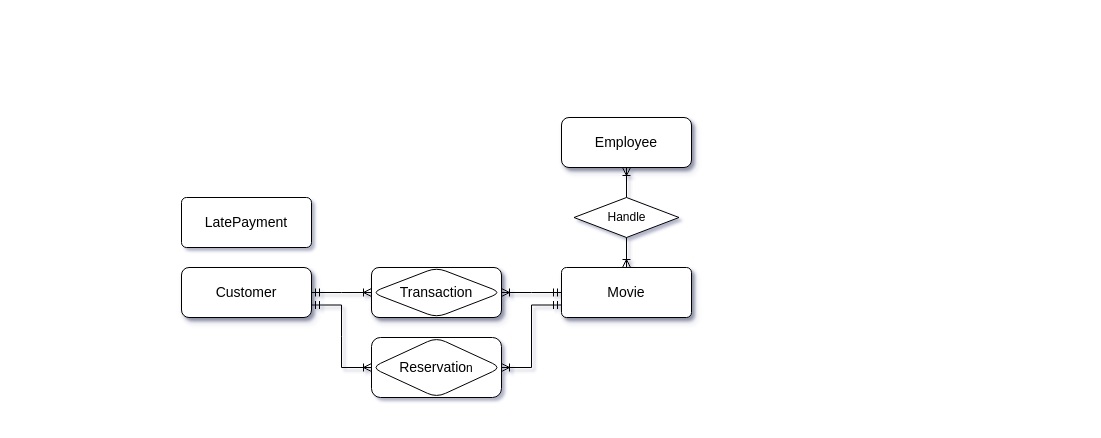
The draw.io diagram errs.drawio in nard-lee/doodle, before the edit. Source tidied: cells renumbered, new cells numbered last; positions are measured from the earlier drawing's top-left corner, leaving out a move shared by most shapes. Both pictures are drawn from the tidied source at 100%, with x=0, y=0 at pixel (181, 117).
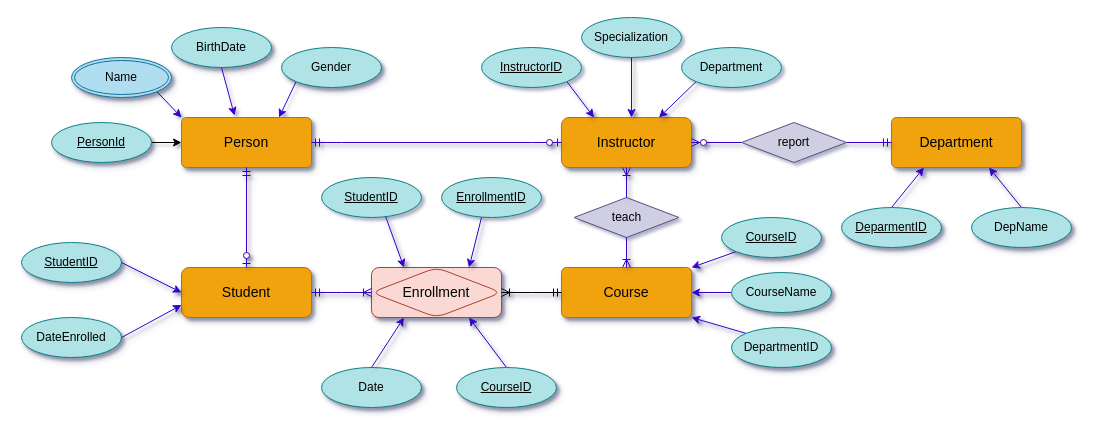
The same page after the edit.

Change to the diagram source:
```diff
@@
-    <mxCell id="2" value="&lt;font style=&quot;font-size: 14px;&quot;&gt;Transaction&lt;/font&gt;" style="shape=associativeEntity;whiteSpace=wrap;html=1;align=center;fillStyle=auto;shadow=1;rounded=1;gradientColor=none;strokeColor=default;" parent="1" vertex="1">
+    <mxCell id="2" value="&lt;font style=&quot;font-size: 14px;&quot;&gt;Enrollment&lt;/font&gt;" style="shape=associativeEntity;whiteSpace=wrap;html=1;align=center;fillStyle=auto;shadow=1;rounded=1;strokeColor=#ae4132;fillColor=#fad9d5;" parent="1" vertex="1">
       <mxGeometry x="190" y="150" width="130" height="50" as="geometry" />
     </mxCell>
-    <mxCell id="3" value="&lt;font style=&quot;font-size: 14px;&quot;&gt;Customer&lt;/font&gt;" style="whiteSpace=wrap;html=1;align=center;shadow=1;rounded=1;gradientColor=none;strokeColor=default;" parent="1" vertex="1">
+    <mxCell id="3" value="&lt;font style=&quot;font-size: 14px;&quot;&gt;Student&lt;/font&gt;" style="whiteSpace=wrap;html=1;align=center;shadow=1;rounded=1;strokeColor=#BD7000;fillColor=#f0a30a;fontColor=#000000;" parent="1" vertex="1">
       <mxGeometry y="150" width="130" height="50" as="geometry" />
     </mxCell>
-    <mxCell id="4" value="&lt;font style=&quot;font-size: 14px;&quot;&gt;Employee&lt;/font&gt;" style="whiteSpace=wrap;html=1;align=center;shadow=1;rounded=1;gradientColor=none;strokeColor=default;" parent="1" vertex="1">
+    <mxCell id="4" value="&lt;font style=&quot;font-size: 14px;&quot;&gt;Instructor&lt;/font&gt;" style="whiteSpace=wrap;html=1;align=center;shadow=1;rounded=1;strokeColor=#BD7000;fillColor=#f0a30a;fontColor=#000000;" parent="1" vertex="1">
       <mxGeometry x="380" width="130" height="50" as="geometry" />
     </mxCell>
-    <mxCell id="5" value="&lt;font style=&quot;font-size: 14px;&quot;&gt;Movie&lt;/font&gt;" style="rounded=1;arcSize=10;whiteSpace=wrap;html=1;align=center;shadow=1;gradientColor=none;strokeColor=default;" parent="1" vertex="1">
+    <mxCell id="5" value="&lt;font style=&quot;font-size: 14px;&quot;&gt;Course&lt;/font&gt;" style="rounded=1;arcSize=10;whiteSpace=wrap;html=1;align=center;shadow=1;strokeColor=#BD7000;fillColor=#f0a30a;fontColor=#000000;" parent="1" vertex="1">
       <mxGeometry x="380" y="150" width="130" height="50" as="geometry" />
     </mxCell>
-    <mxCell id="6" style="edgeStyle=entityRelationEdgeStyle;fontSize=12;html=1;endArrow=ERoneToMany;startArrow=ERmandOne;rounded=0;sourcePerimeterSpacing=-5;entryX=1;entryY=0.5;entryDx=0;entryDy=0;exitX=0;exitY=0.5;exitDx=0;exitDy=0;" parent="1" edge="1" source="5" target="2">
+    <mxCell id="6" style="edgeStyle=entityRelationEdgeStyle;fontSize=12;html=1;endArrow=ERoneToMany;startArrow=ERmandOne;rounded=0;sourcePerimeterSpacing=-5;entryX=1;entryY=0.5;entryDx=0;entryDy=0;exitX=0;exitY=0.5;exitDx=0;exitDy=0;shadow=1;" parent="1" edge="1" source="5" target="2">
       <mxGeometry relative="1" as="geometry" />
     </mxCell>
-    <mxCell id="7" style="edgeStyle=entityRelationEdgeStyle;fontSize=12;html=1;endArrow=ERoneToMany;startArrow=ERmandOne;rounded=0;sourcePerimeterSpacing=-5;entryX=0;entryY=0.5;entryDx=0;entryDy=0;exitX=1;exitY=0.5;exitDx=0;exitDy=0;" parent="1" edge="1" source="3" target="2">
+    <mxCell id="7" style="edgeStyle=entityRelationEdgeStyle;fontSize=12;html=1;endArrow=ERoneToMany;startArrow=ERmandOne;rounded=0;sourcePerimeterSpacing=-5;entryX=0;entryY=0.5;entryDx=0;entryDy=0;exitX=1;exitY=0.5;exitDx=0;exitDy=0;shadow=1;fillColor=#6a00ff;strokeColor=#3700CC;" parent="1" edge="1" source="3" target="2">
       <mxGeometry relative="1" as="geometry" />
     </mxCell>
-    <mxCell id="8" value="Handle" style="shape=rhombus;perimeter=rhombusPerimeter;whiteSpace=wrap;html=1;align=center;" parent="1" vertex="1">
+    <mxCell id="8" value="teach" style="shape=rhombus;perimeter=rhombusPerimeter;whiteSpace=wrap;html=1;align=center;fillColor=#d0cee2;strokeColor=#56517e;" parent="1" vertex="1">
       <mxGeometry x="392.5" y="80" width="105" height="40" as="geometry" />
     </mxCell>
-    <mxCell id="9" style="fontSize=12;html=1;endArrow=ERoneToMany;rounded=0;exitX=0.5;exitY=0;exitDx=0;exitDy=0;entryX=0.5;entryY=1;entryDx=0;entryDy=0;" parent="1" edge="1" source="8" target="4">
+    <mxCell id="9" style="fontSize=12;html=1;endArrow=ERoneToMany;rounded=0;exitX=0.5;exitY=0;exitDx=0;exitDy=0;entryX=0.5;entryY=1;entryDx=0;entryDy=0;shadow=1;fillColor=#6a00ff;strokeColor=#3700CC;" parent="1" edge="1" source="8" target="4">
       <mxGeometry relative="1" as="geometry" />
     </mxCell>
-    <mxCell id="10" style="fontSize=12;html=1;endArrow=ERoneToMany;rounded=0;exitX=0.5;exitY=1;exitDx=0;exitDy=0;entryX=0.5;entryY=0;entryDx=0;entryDy=0;" parent="1" edge="1" source="8" target="5">
+    <mxCell id="10" style="fontSize=12;html=1;endArrow=ERoneToMany;rounded=0;exitX=0.5;exitY=1;exitDx=0;exitDy=0;entryX=0.5;entryY=0;entryDx=0;entryDy=0;shadow=1;fillColor=#6a00ff;strokeColor=#3700CC;" parent="1" edge="1" source="8" target="5">
       <mxGeometry relative="1" as="geometry" />
     </mxCell>
-    <mxCell id="11" value="&lt;font style=&quot;font-size: 14px;&quot;&gt;Reservatio&lt;/font&gt;n" style="shape=associativeEntity;whiteSpace=wrap;html=1;align=center;rounded=1;" parent="1" vertex="1">
-      <mxGeometry x="190" y="220" width="130" height="60" as="geometry" />
-    </mxCell>
-    <mxCell id="12" style="edgeStyle=entityRelationEdgeStyle;fontSize=12;html=1;endArrow=ERoneToMany;startArrow=ERmandOne;rounded=0;sourcePerimeterSpacing=-5;entryX=0;entryY=0.5;entryDx=0;entryDy=0;exitX=1;exitY=0.75;exitDx=0;exitDy=0;" parent="1" edge="1" source="3" target="11">
-      <mxGeometry relative="1" as="geometry">
-        <Array as="points">
-          <mxPoint x="115" y="332" />
-        </Array>
-      </mxGeometry>
-    </mxCell>
-    <mxCell id="13" style="edgeStyle=entityRelationEdgeStyle;fontSize=12;html=1;endArrow=ERoneToMany;startArrow=ERmandOne;rounded=0;sourcePerimeterSpacing=-5;entryX=1;entryY=0.5;entryDx=0;entryDy=0;exitX=0;exitY=0.75;exitDx=0;exitDy=0;" parent="1" edge="1" source="5" target="11">
-      <mxGeometry relative="1" as="geometry">
-        <Array as="points">
-          <mxPoint x="315" y="354" />
-        </Array>
-      </mxGeometry>
-    </mxCell>
-    <mxCell id="14" value="&lt;font style=&quot;font-size: 14px;&quot;&gt;LatePayment&lt;/font&gt;" style="rounded=1;arcSize=10;whiteSpace=wrap;html=1;align=center;" parent="1" vertex="1">
-      <mxGeometry y="80" width="130" height="50" as="geometry" />
+    <mxCell id="14" value="&lt;font style=&quot;font-size: 14px;&quot;&gt;Person&lt;/font&gt;" style="rounded=1;arcSize=10;whiteSpace=wrap;html=1;align=center;shadow=1;fillColor=#f0a30a;strokeColor=#BD7000;fontColor=#000000;" parent="1" vertex="1">
+      <mxGeometry width="130" height="50" as="geometry" />
     </mxCell>
+    <mxCell id="15" value="&lt;font style=&quot;font-size: 14px;&quot;&gt;Department&lt;/font&gt;" style="rounded=1;arcSize=10;whiteSpace=wrap;html=1;align=center;shadow=1;fillColor=#f0a30a;fontColor=#000000;strokeColor=#BD7000;" parent="1" vertex="1">
+      <mxGeometry x="710" width="130" height="50" as="geometry" />
+    </mxCell>
+    <mxCell id="16" value="report" style="shape=rhombus;perimeter=rhombusPerimeter;whiteSpace=wrap;html=1;align=center;fillColor=#d0cee2;strokeColor=#56517e;" parent="1" vertex="1">
+      <mxGeometry x="560" y="5" width="105" height="40" as="geometry" />
+    </mxCell>
+    <mxCell id="17" style="edgeStyle=entityRelationEdgeStyle;fontSize=12;html=1;endArrow=ERzeroToMany;endFill=1;rounded=0;exitX=0;exitY=0.5;exitDx=0;exitDy=0;entryX=1;entryY=0.5;entryDx=0;entryDy=0;shadow=1;fillColor=#6a00ff;strokeColor=#3700CC;" parent="1" edge="1" source="16" target="4">
+      <mxGeometry relative="1" as="geometry" />
+    </mxCell>
+    <mxCell id="18" style="edgeStyle=entityRelationEdgeStyle;fontSize=12;html=1;endArrow=ERmandOne;rounded=0;entryX=0;entryY=0.5;entryDx=0;entryDy=0;exitX=1;exitY=0.5;exitDx=0;exitDy=0;shadow=1;fillColor=#6a00ff;strokeColor=#3700CC;" parent="1" edge="1" source="16" target="15">
+      <mxGeometry relative="1" as="geometry" />
+    </mxCell>
+    <mxCell id="19" style="fontSize=12;html=1;endArrow=ERzeroToOne;startArrow=ERmandOne;rounded=0;edgeStyle=orthogonalEdgeStyle;entryX=0.5;entryY=0;entryDx=0;entryDy=0;exitX=0.5;exitY=1;exitDx=0;exitDy=0;shadow=1;fillColor=#6a00ff;strokeColor=#3700CC;" parent="1" edge="1" source="14" target="3">
+      <mxGeometry relative="1" as="geometry" />
+    </mxCell>
+    <mxCell id="20" style="edgeStyle=entityRelationEdgeStyle;fontSize=12;html=1;endArrow=ERzeroToOne;startArrow=ERmandOne;rounded=0;exitX=1;exitY=0.5;exitDx=0;exitDy=0;entryX=0;entryY=0.5;entryDx=0;entryDy=0;shadow=1;fillColor=#6a00ff;strokeColor=#3700CC;" parent="1" edge="1" source="14" target="4">
+      <mxGeometry relative="1" as="geometry" />
+    </mxCell>
+    <mxCell id="21" style="rounded=0;jettySize=auto;html=1;exitX=1;exitY=1;exitDx=0;exitDy=0;entryX=0;entryY=0;entryDx=0;entryDy=0;fillColor=#6a00ff;strokeColor=#3700CC;" parent="1" edge="1" source="22" target="14">
+      <mxGeometry relative="1" as="geometry" />
+    </mxCell>
+    <mxCell id="22" value="Name" style="ellipse;shape=doubleEllipse;margin=3;whiteSpace=wrap;html=1;align=center;shadow=1;fillColor=#b1ddf0;strokeColor=#10739e;" parent="1" vertex="1">
+      <mxGeometry x="-110" y="-60" width="100" height="40" as="geometry" />
+    </mxCell>
+    <mxCell id="23" style="edgeStyle=orthogonalEdgeStyle;rounded=0;jettySize=auto;html=1;exitX=1;exitY=0.5;exitDx=0;exitDy=0;" parent="1" edge="1" source="24" target="14">
+      <mxGeometry relative="1" as="geometry" />
+    </mxCell>
+    <mxCell id="24" value="PersonId" style="ellipse;whiteSpace=wrap;html=1;align=center;fontStyle=4;shadow=1;fillColor=#b0e3e6;strokeColor=#0e8088;" parent="1" vertex="1">
+      <mxGeometry x="-130" y="5" width="100" height="40" as="geometry" />
+    </mxCell>
+    <mxCell id="25" value="BirthDate" style="ellipse;whiteSpace=wrap;html=1;align=center;shadow=1;fillColor=#b0e3e6;strokeColor=#0e8088;" parent="1" vertex="1">
+      <mxGeometry x="-10" y="-90" width="100" height="40" as="geometry" />
+    </mxCell>
+    <mxCell id="26" style="rounded=0;jettySize=auto;html=1;exitX=0;exitY=1;exitDx=0;exitDy=0;entryX=0.75;entryY=0;entryDx=0;entryDy=0;fillColor=#6a00ff;strokeColor=#3700CC;" parent="1" edge="1" source="27" target="14">
+      <mxGeometry relative="1" as="geometry" />
+    </mxCell>
+    <mxCell id="27" value="Gender" style="ellipse;whiteSpace=wrap;html=1;align=center;shadow=1;fillColor=#b0e3e6;strokeColor=#0e8088;" parent="1" vertex="1">
+      <mxGeometry x="100" y="-70" width="100" height="40" as="geometry" />
+    </mxCell>
+    <mxCell id="28" style="rounded=0;jettySize=auto;html=1;exitX=0.5;exitY=1;exitDx=0;exitDy=0;entryX=0.408;entryY=-0.04;entryDx=0;entryDy=0;entryPerimeter=0;fillColor=#6a00ff;strokeColor=#3700CC;" parent="1" edge="1" source="25" target="14">
+      <mxGeometry relative="1" as="geometry" />
+    </mxCell>
+    <mxCell id="29" value="StudentID" style="ellipse;whiteSpace=wrap;html=1;align=center;fontStyle=4;shadow=1;fillColor=#b0e3e6;strokeColor=#0e8088;" parent="1" vertex="1">
+      <mxGeometry x="-160" y="125" width="100" height="40" as="geometry" />
+    </mxCell>
+    <mxCell id="30" value="DateEnrolled" style="ellipse;whiteSpace=wrap;html=1;align=center;shadow=1;fillColor=#b0e3e6;strokeColor=#0e8088;" parent="1" vertex="1">
+      <mxGeometry x="-160" y="200" width="100" height="40" as="geometry" />
+    </mxCell>
+    <mxCell id="31" style="rounded=0;jettySize=auto;html=1;exitX=1;exitY=0.5;exitDx=0;exitDy=0;entryX=0;entryY=0.5;entryDx=0;entryDy=0;shadow=1;fillColor=#6a00ff;strokeColor=#3700CC;" parent="1" edge="1" source="29" target="3">
+      <mxGeometry relative="1" as="geometry" />
+    </mxCell>
+    <mxCell id="32" style="rounded=0;jettySize=auto;html=1;exitX=1;exitY=0.5;exitDx=0;exitDy=0;entryX=0;entryY=0.75;entryDx=0;entryDy=0;shadow=1;fillColor=#6a00ff;strokeColor=#3700CC;" parent="1" edge="1" source="30" target="3">
+      <mxGeometry relative="1" as="geometry" />
+    </mxCell>
+    <mxCell id="33" value="Specialization" style="ellipse;whiteSpace=wrap;html=1;align=center;fillColor=#b0e3e6;strokeColor=#0e8088;" parent="1" vertex="1">
+      <mxGeometry x="400" y="-100" width="100" height="40" as="geometry" />
+    </mxCell>
+    <mxCell id="34" style="rounded=0;jettySize=auto;html=1;exitX=1;exitY=1;exitDx=0;exitDy=0;entryX=0.25;entryY=0;entryDx=0;entryDy=0;shadow=1;fillColor=#6a00ff;strokeColor=#3700CC;" parent="1" edge="1" source="35" target="4">
+      <mxGeometry relative="1" as="geometry" />
+    </mxCell>
+    <mxCell id="35" value="InstructorID" style="ellipse;whiteSpace=wrap;html=1;align=center;fontStyle=4;fillColor=#b0e3e6;strokeColor=#0e8088;" parent="1" vertex="1">
+      <mxGeometry x="300" y="-70" width="100" height="40" as="geometry" />
+    </mxCell>
+    <mxCell id="36" style="rounded=0;jettySize=auto;html=1;exitX=0;exitY=1;exitDx=0;exitDy=0;entryX=0.75;entryY=0;entryDx=0;entryDy=0;shadow=1;fillColor=#6a00ff;strokeColor=#3700CC;" parent="1" edge="1" source="37" target="4">
+      <mxGeometry relative="1" as="geometry" />
+    </mxCell>
+    <mxCell id="37" value="Department" style="ellipse;whiteSpace=wrap;html=1;align=center;fillColor=#b0e3e6;strokeColor=#0e8088;" parent="1" vertex="1">
+      <mxGeometry x="500" y="-70" width="100" height="40" as="geometry" />
+    </mxCell>
+    <mxCell id="38" style="rounded=0;jettySize=auto;html=1;exitX=0.5;exitY=1;exitDx=0;exitDy=0;shadow=1;fillColor=#6a00ff;strokeColor=#3700CC;" parent="1" edge="1" source="33">
+      <mxGeometry relative="1" as="geometry">
+        <mxPoint x="450" as="targetPoint" />
+      </mxGeometry>
+    </mxCell>
+    <mxCell id="39" style="rounded=0;jettySize=auto;html=1;exitX=0.5;exitY=0;exitDx=0;exitDy=0;entryX=0.25;entryY=0;entryDx=0;entryDy=0;shadow=1;fillColor=#6a00ff;strokeColor=#3700CC;" parent="1" edge="1" source="40" target="2">
+      <mxGeometry relative="1" as="geometry" />
+    </mxCell>
+    <mxCell id="40" value="StudentID" style="ellipse;whiteSpace=wrap;html=1;align=center;fontStyle=4;fillColor=#b0e3e6;strokeColor=#0e8088;" parent="1" vertex="1">
+      <mxGeometry x="140" y="60" width="100" height="40" as="geometry" />
+    </mxCell>
+    <mxCell id="41" style="rounded=0;jettySize=auto;html=1;exitX=0.5;exitY=0;exitDx=0;exitDy=0;entryX=0.75;entryY=0;entryDx=0;entryDy=0;shadow=1;fillColor=#6a00ff;strokeColor=#3700CC;" parent="1" edge="1" source="42" target="2">
+      <mxGeometry relative="1" as="geometry" />
+    </mxCell>
+    <mxCell id="42" value="EnrollmentID" style="ellipse;whiteSpace=wrap;html=1;align=center;fontStyle=4;fillColor=#b0e3e6;strokeColor=#0e8088;" parent="1" vertex="1">
+      <mxGeometry x="260" y="60" width="100" height="40" as="geometry" />
+    </mxCell>
+    <mxCell id="43" style="rounded=0;jettySize=auto;html=1;exitX=0.5;exitY=0;exitDx=0;exitDy=0;entryX=0.75;entryY=1;entryDx=0;entryDy=0;shadow=1;fillColor=#6a00ff;strokeColor=#3700CC;" parent="1" edge="1" source="44" target="2">
+      <mxGeometry relative="1" as="geometry" />
+    </mxCell>
+    <mxCell id="44" value="CourseID" style="ellipse;whiteSpace=wrap;html=1;align=center;fontStyle=4;shadow=1;fillColor=#b0e3e6;strokeColor=#0e8088;" parent="1" vertex="1">
+      <mxGeometry x="275" y="250" width="100" height="40" as="geometry" />
+    </mxCell>
+    <mxCell id="45" value="Date" style="ellipse;whiteSpace=wrap;html=1;align=center;shadow=1;fillColor=#b0e3e6;strokeColor=#0e8088;" parent="1" vertex="1">
+      <mxGeometry x="140" y="250" width="100" height="40" as="geometry" />
+    </mxCell>
+    <mxCell id="46" style="rounded=0;jettySize=auto;html=1;exitX=0.5;exitY=0;exitDx=0;exitDy=0;entryX=0.25;entryY=1;entryDx=0;entryDy=0;shadow=1;fillColor=#6a00ff;strokeColor=#3700CC;" parent="1" edge="1" source="45" target="2">
+      <mxGeometry relative="1" as="geometry" />
+    </mxCell>
+    <mxCell id="47" style="rounded=0;jettySize=auto;html=1;exitX=0;exitY=1;exitDx=0;exitDy=0;entryX=1;entryY=0;entryDx=0;entryDy=0;shadow=1;fillColor=#6a00ff;strokeColor=#3700CC;" parent="1" edge="1" source="48" target="5">
+      <mxGeometry relative="1" as="geometry" />
+    </mxCell>
+    <mxCell id="48" value="CourseID" style="ellipse;whiteSpace=wrap;html=1;align=center;fontStyle=4;shadow=1;fillColor=#b0e3e6;strokeColor=#0e8088;" parent="1" vertex="1">
+      <mxGeometry x="540" y="100" width="100" height="40" as="geometry" />
+    </mxCell>
+    <mxCell id="49" style="edgeStyle=orthogonalEdgeStyle;rounded=0;jettySize=auto;html=1;exitX=0;exitY=0.5;exitDx=0;exitDy=0;entryX=1;entryY=0.5;entryDx=0;entryDy=0;shadow=1;fillColor=#6a00ff;strokeColor=#3700CC;" parent="1" edge="1" source="50" target="5">
+      <mxGeometry relative="1" as="geometry" />
+    </mxCell>
+    <mxCell id="50" value="CourseName" style="ellipse;whiteSpace=wrap;html=1;align=center;shadow=1;fillColor=#b0e3e6;strokeColor=#0e8088;" parent="1" vertex="1">
+      <mxGeometry x="550" y="155" width="100" height="40" as="geometry" />
+    </mxCell>
+    <mxCell id="51" style="rounded=0;jettySize=auto;html=1;exitX=0;exitY=0;exitDx=0;exitDy=0;entryX=1;entryY=1;entryDx=0;entryDy=0;shadow=1;fillColor=#6a00ff;strokeColor=#3700CC;" parent="1" edge="1" source="52" target="5">
+      <mxGeometry relative="1" as="geometry" />
+    </mxCell>
+    <mxCell id="52" value="DepartmentID" style="ellipse;whiteSpace=wrap;html=1;align=center;shadow=1;fillColor=#b0e3e6;strokeColor=#0e8088;" parent="1" vertex="1">
+      <mxGeometry x="550" y="210" width="100" height="40" as="geometry" />
+    </mxCell>
+    <mxCell id="53" style="rounded=0;jettySize=auto;html=1;exitX=0.5;exitY=0;exitDx=0;exitDy=0;entryX=0.25;entryY=1;entryDx=0;entryDy=0;shadow=1;fillColor=#6a00ff;strokeColor=#3700CC;" parent="1" edge="1" source="54" target="15">
+      <mxGeometry relative="1" as="geometry" />
+    </mxCell>
+    <mxCell id="54" value="DeparmentID" style="ellipse;whiteSpace=wrap;html=1;align=center;fontStyle=4;shadow=1;fillColor=#b0e3e6;strokeColor=#0e8088;" parent="1" vertex="1">
+      <mxGeometry x="660" y="90" width="100" height="40" as="geometry" />
+    </mxCell>
+    <mxCell id="55" style="rounded=0;jettySize=auto;html=1;exitX=0.5;exitY=0;exitDx=0;exitDy=0;entryX=0.75;entryY=1;entryDx=0;entryDy=0;shadow=1;fillColor=#6a00ff;strokeColor=#3700CC;" parent="1" edge="1" source="56" target="15">
+      <mxGeometry relative="1" as="geometry" />
+    </mxCell>
+    <mxCell id="56" value="DepName" style="ellipse;whiteSpace=wrap;html=1;align=center;shadow=1;fillColor=#b0e3e6;strokeColor=#0e8088;" parent="1" vertex="1">
+      <mxGeometry x="790" y="90" width="100" height="40" as="geometry" />
+    </mxCell>
```
